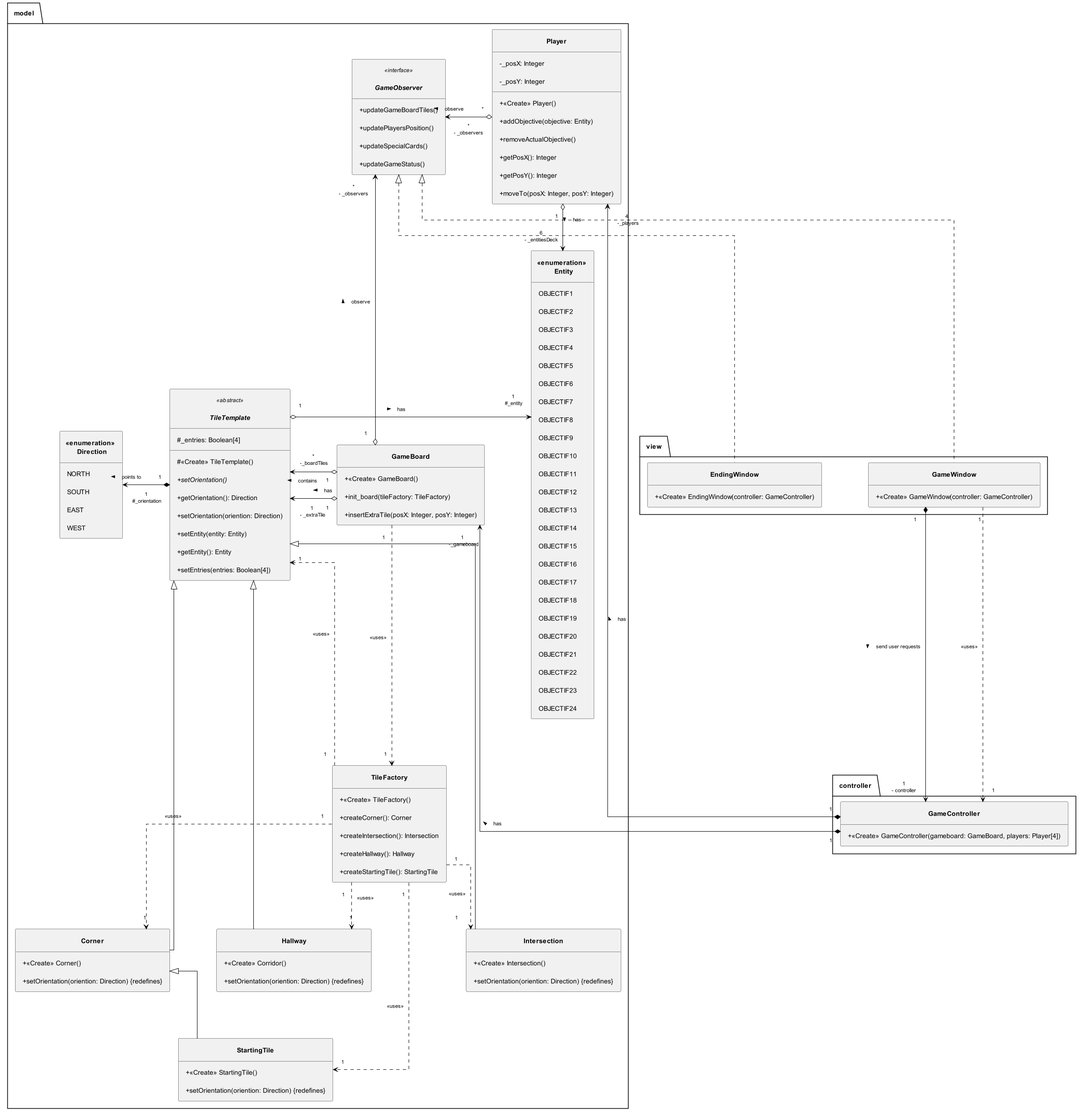
This is uml/Rendu1.png from NiburusVN/Labyrinth_Minecraft_MBUI, a PlantUML export, as it was before one commit.
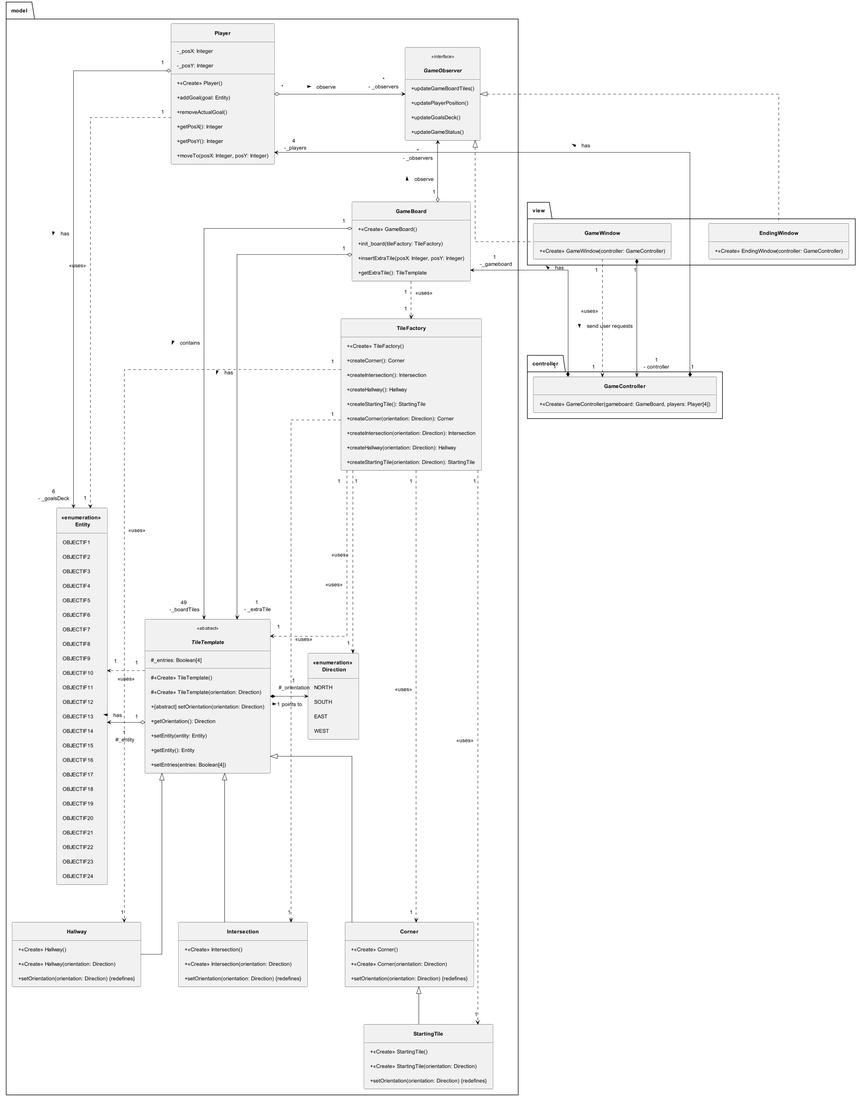
Above is the later version.

Commit message:
Oubli de push le fichier png (optionnel)

Change to the diagram source:
```diff
@@ -11,7 +11,7 @@
 skinparam classMargin 40
 skinparam ranksep 100
 skinparam nodesep 100
-skinparam ArrowFontSize 11
+skinparam ArrowFontSize 14
 skinparam ArrowColor black
 skinparam ArrowThickness 1
 
@@ -20,8 +20,8 @@
         +<<Create>> Player()
         -_posX: Integer
         -_posY: Integer
-        +addObjective(objective: Entity)
-        +removeActualObjective()
+        +addGoal(goal: Entity)
+        +removeActualGoal()
         +getPosX(): Integer
         +getPosY(): Integer
         +moveTo(posX: Integer, posY: Integer)
@@ -63,33 +63,37 @@
 
     abstract class TileTemplate <<abstract>> {
         #<<Create>> TileTemplate()
+        #<<Create>> TileTemplate(orientation: Direction)
         #_entries: Boolean[4]
-        + {abstract} setOrientation()
+        +{abstract] setOrientation(orientation: Direction)
         +getOrientation(): Direction
-        +setOrientation(oriention: Direction)
         +setEntity(entity: Entity)
         +getEntity(): Entity
         +setEntries(entries: Boolean[4])
     }
 
     class Hallway extends TileTemplate {
-        +<<Create>> Corridor()
-        +setOrientation(oriention: Direction) {redefines}
+        +<<Create>> Hallway()
+        +<<Create>> Hallway(orientation: Direction)
+        +setOrientation(orientation: Direction) {redefines}
     }
 
     class Intersection extends TileTemplate {
         +<<Create>> Intersection()
-        +setOrientation(oriention: Direction) {redefines}
+        +<<Create>> Intersection(orientation: Direction)
+        +setOrientation(orientation: Direction) {redefines}
     }
 
     class Corner extends TileTemplate {
         +<<Create>> Corner()
-        +setOrientation(oriention: Direction) {redefines}
+        +<<Create>> Corner(orientation: Direction)
+        +setOrientation(orientation: Direction) {redefines}
     }
 
     class StartingTile extends Corner {
         +<<Create>> StartingTile()
-        +setOrientation(oriention: Direction) {redefines}
+        +<<Create>> StartingTile(orientation: Direction)
+        +setOrientation(orientation: Direction) {redefines}
     }
 
     class TileFactory {
@@ -98,18 +102,23 @@
         +createIntersection(): Intersection
         +createHallway(): Hallway
         +createStartingTile(): StartingTile
+        +createCorner(orientation: Direction): Corner
+        +createIntersection(orientation: Direction): Intersection
+        +createHallway(orientation: Direction): Hallway
+        +createStartingTile(orientation: Direction): StartingTile
     }
 
     class GameBoard {
         +<<Create>> GameBoard()
         +init_board(tileFactory: TileFactory)
         +insertExtraTile(posX: Integer, posY: Integer)
+        +getExtraTile(): TileTemplate
     }
 
     interface GameObserver <<interface>> {
         +updateGameBoardTiles()
-        +updatePlayersPosition()
-        +updateSpecialCards()
+        +updatePlayerPosition()
+        +updateGoalsDeck()
         +updateGameStatus()
     }
 }
@@ -136,21 +145,24 @@
 TileFactory "1" ..> "1" StartingTile : <<uses>>
 TileFactory "1" ..> "1" Intersection : <<uses>>
 TileFactory "1" ..> "1" Corner : <<uses>>
+TileFactory "1" ..> "1" "<<enumeration>> \n Direction" : <<uses>>
+Player "1" ..> "1" "<<enumeration>> \n Entity" : <<uses>>
 
 GameBoard "1" ..> "1" TileFactory : <<uses>>
+TileTemplate "1" ..> "1" "<<enumeration>> \n Entity" : <<uses>>
 
 TileTemplate "1" *-left-> "1\n #_orientation" "<<enumeration>> \n Direction" : > points to
 TileTemplate "1" o-right-> "1\n #_entity" "<<enumeration>> \n Entity" : > has
 
 GameWindow "1" ..> "1" GameController : <<uses>>
 
-Player "1" o-right-> "6\n- _entitiesDeck" "<<enumeration>> \n Entity" : > has
+Player "1" o-right-> "6\n- _goalsDeck" "<<enumeration>> \n Entity" : > has
 
 GameController "1" *-down-> "4\n  -_players" Player : > has
 GameController "1" *-up-> "1\n  -_gameboard" GameBoard : > has
 
-GameBoard "1" o-left-> "*\n -_boardTiles" "TileTemplate" : > contains
-GameBoard "1" o-right-> "1\n - _extraTile" "TileTemplate" : > has
+GameBoard "1" o-left-> "49\n -_boardTiles" "TileTemplate" : > contains
+GameBoard "1" o-> "1\n - _extraTile" "TileTemplate" : > has
 
 GameWindow "1" *-down-> "1\n- controller" GameController : > send user requests
 GameBoard "1" o-up-> "*\n- _observers" "GameObserver" : > observe
```
